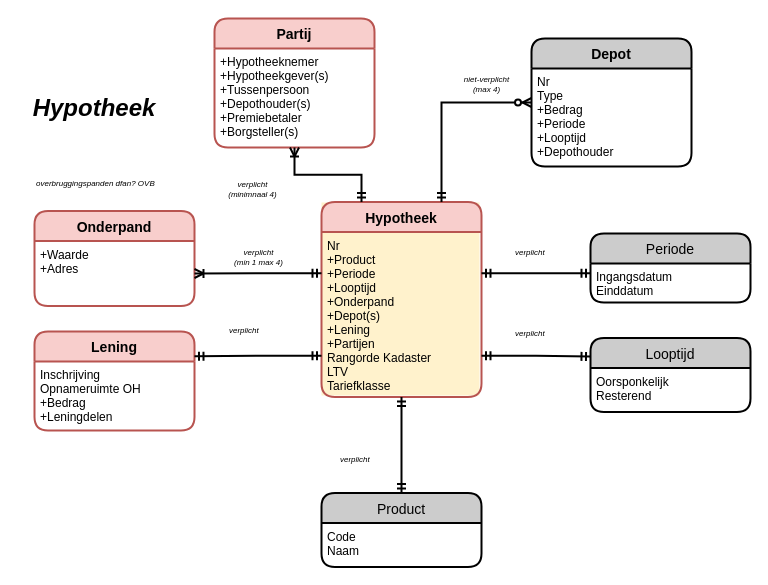
Earlier version of the draw.io diagram page "Hypotheek" (1 of 6) of 3rdParty-HDN.drawio (luchthandel/diagrams). Source tidied: cells renumbered, new cells numbered last; positions are measured from the earlier drawing's top-left corner, leaving out a move shared by most shapes. Both pictures are drawn from the tidied source at 100%, with x=0, y=0 at pixel (17, 18).
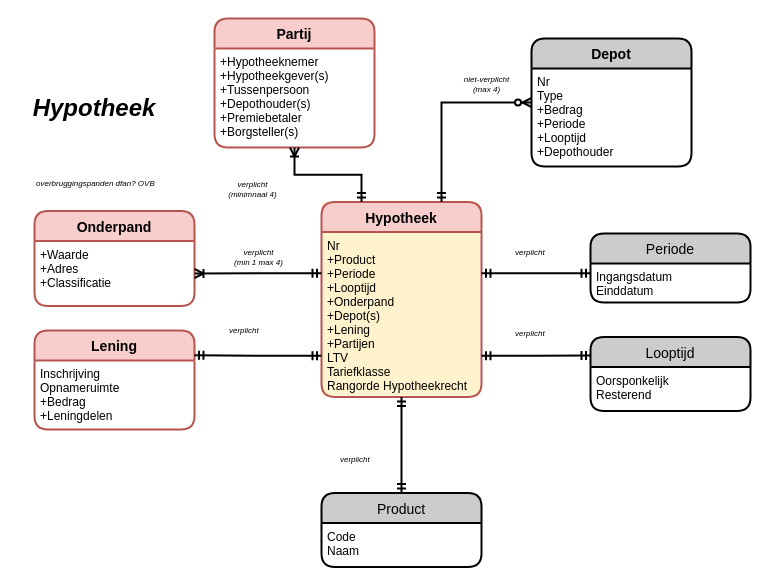
Above is the later version.

The change refers to these unchanged cells:
```xml
<mxCell id="3" value="Hypotheek" style="swimlane;horizontal=1;startSize=30;fillColor=#f8cecc;rounded=1;fontSize=14;fontStyle=1;strokeWidth=2;shadow=0;dashed=0;align=center;strokeColor=#b85450;" parent="1" vertex="1">
  <mxGeometry x="304" y="183.5" width="160" height="195" as="geometry" />
</mxCell>
<mxCell id="12" value="Onderpand" style="swimlane;horizontal=1;startSize=30;fillColor=#f8cecc;rounded=1;fontSize=14;fontStyle=1;strokeWidth=2;shadow=0;dashed=0;align=center;strokeColor=#b85450;" parent="1" vertex="1">
  <mxGeometry x="17" y="192.5" width="160" height="95" as="geometry" />
</mxCell>
```

What changed in the source:
```diff
@@
-    <mxCell id="4" value="Nr&#10;+Product &#10;+Periode&#10;+Looptijd&#10;+Onderpand&#10;+Depot(s)&#10;+Lening&#10;+Partijen&#10;Rangorde Kadaster&#10;LTV&#10;Tariefklasse" style="align=left;strokeColor=none;fillColor=none;spacingLeft=4;fontSize=12;verticalAlign=top;" parent="3" vertex="1">
+    <mxCell id="4" value="Nr&#10;+Product &#10;+Periode&#10;+Looptijd&#10;+Onderpand&#10;+Depot(s)&#10;+Lening&#10;+Partijen&#10;LTV&#10;Tariefklasse&#10;Rangorde Hypotheekrecht" style="align=left;strokeColor=none;fillColor=none;spacingLeft=4;fontSize=12;verticalAlign=top;" parent="3" vertex="1">
       <mxGeometry y="30" width="160" height="165" as="geometry" />
     </mxCell>
@@
-    <mxCell id="13" value="+Waarde&#10;+Adres" style="align=left;strokeColor=none;fillColor=none;spacingLeft=4;fontSize=12;verticalAlign=top;" parent="12" vertex="1">
+    <mxCell id="13" value="+Waarde&#10;+Adres&#10;+Classificatie" style="align=left;strokeColor=none;fillColor=none;spacingLeft=4;fontSize=12;verticalAlign=top;" parent="12" vertex="1">
       <mxGeometry y="30" width="160" height="65" as="geometry" />
     </mxCell>
@@
     <mxCell id="16" value="Looptijd" style="swimlane;horizontal=1;startSize=30;fillColor=#CCCCCC;fontColor=#000000;rounded=1;fontSize=14;fontStyle=0;strokeWidth=2;shadow=0;dashed=0;align=center;" parent="1" vertex="1">
-      <mxGeometry x="573" y="319.5" width="160" height="74" as="geometry" />
+      <mxGeometry x="573" y="318.5" width="160" height="74" as="geometry" />
     </mxCell>
@@
     <mxCell id="18" value="Lening" style="swimlane;horizontal=1;startSize=30;fillColor=#f8cecc;rounded=1;fontSize=14;fontStyle=1;strokeWidth=2;shadow=0;dashed=0;align=center;strokeColor=#b85450;" parent="1" vertex="1">
-      <mxGeometry x="17" y="313" width="160" height="99" as="geometry" />
+      <mxGeometry x="17" y="312" width="160" height="99" as="geometry" />
     </mxCell>
-    <mxCell id="19" value="Inschrijving&#10;Opnameruimte OH&#10;+Bedrag&#10;+Leningdelen" style="align=left;strokeColor=none;fillColor=none;spacingLeft=4;fontSize=12;verticalAlign=top;" parent="18" vertex="1">
+    <mxCell id="19" value="Inschrijving&#10;Opnameruimte&#10;+Bedrag&#10;+Leningdelen" style="align=left;strokeColor=none;fillColor=none;spacingLeft=4;fontSize=12;verticalAlign=top;" parent="18" vertex="1">
       <mxGeometry y="30" width="160" height="69" as="geometry" />
     </mxCell>
```
